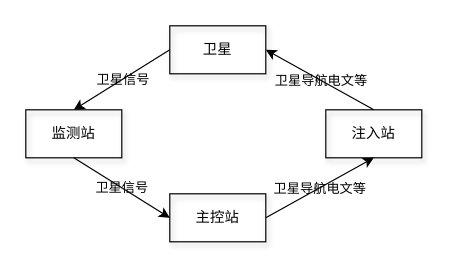
Above: page "第 2 页" (2 of 3) of yanjiang.drawio in RunningManlt/bj18 (draw.io), before the change. Source tidied: cells renumbered, new cells numbered last; positions are measured from the earlier drawing's top-left corner, leaving out a move shared by most shapes. Both pictures are drawn from the tidied source at 120%, with x=0, y=0 at pixel (25, 25).
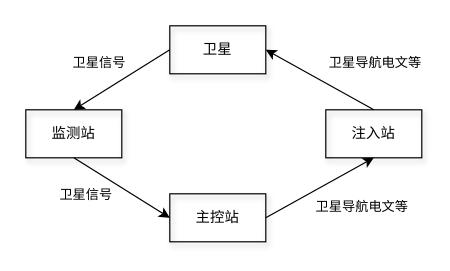
Above is the later version.

Diff of the diagram source:
```diff
@@
 <mxGraphModel>
   <root>
     <mxCell id="0" />
     <mxCell id="1" parent="0" />
-    <mxCell id="2" value="卫星" style="rounded=0;whiteSpace=wrap;html=1;fontFamily=宋体;labelBackgroundColor=#ffffff;shadow=1;fillColor=none;" parent="1" vertex="1">
+    <mxCell id="2" value="卫星" style="rounded=0;whiteSpace=wrap;html=1;fontFamily=宋体;labelBackgroundColor=none;shadow=1;fillColor=none;" parent="1" vertex="1">
       <mxGeometry x="120" width="80" height="40" as="geometry" />
     </mxCell>
-    <mxCell id="3" value="监测站" style="rounded=0;whiteSpace=wrap;html=1;fontFamily=宋体;labelBackgroundColor=#ffffff;shadow=1;fillColor=none;" parent="1" vertex="1">
+    <mxCell id="3" value="监测站" style="rounded=0;whiteSpace=wrap;html=1;fontFamily=宋体;labelBackgroundColor=none;shadow=1;fillColor=none;" parent="1" vertex="1">
       <mxGeometry y="70" width="80" height="40" as="geometry" />
     </mxCell>
-    <mxCell id="4" value="注入站" style="rounded=0;whiteSpace=wrap;html=1;fontFamily=宋体;labelBackgroundColor=#ffffff;shadow=1;fillColor=none;" parent="1" vertex="1">
+    <mxCell id="4" value="注入站" style="rounded=0;whiteSpace=wrap;html=1;fontFamily=宋体;labelBackgroundColor=none;shadow=1;fillColor=none;" parent="1" vertex="1">
       <mxGeometry x="250" y="70" width="80" height="40" as="geometry" />
     </mxCell>
-    <mxCell id="5" value="主控站" style="rounded=0;whiteSpace=wrap;html=1;fontFamily=宋体;labelBackgroundColor=#ffffff;shadow=1;fillColor=none;" parent="1" vertex="1">
+    <mxCell id="5" value="主控站" style="rounded=0;whiteSpace=wrap;html=1;fontFamily=宋体;labelBackgroundColor=none;shadow=1;fillColor=none;" parent="1" vertex="1">
       <mxGeometry x="120" y="140" width="80" height="40" as="geometry" />
     </mxCell>
     <mxCell id="6" style="endArrow=classic;html=1;fontFamily=宋体;exitX=0;exitY=0.5;exitDx=0;exitDy=0;entryX=0.5;entryY=0;entryDx=0;entryDy=0;labelBackgroundColor=#ffffff;" parent="1" edge="1" source="2" target="3">
       <mxGeometry relative="1" as="geometry" />
     </mxCell>
     <mxCell id="7" value="卫星信号" style="edgeLabel;html=1;align=center;verticalAlign=middle;fontFamily=宋体;labelBackgroundColor=none;" parent="6" vertex="1">
-      <mxGeometry relative="1" as="geometry" />
+      <mxGeometry relative="1" as="geometry">
+        <mxPoint x="-20.1" y="-14.9" as="offset" />
+      </mxGeometry>
     </mxCell>
     <mxCell id="8" style="endArrow=classic;html=1;fontFamily=宋体;exitX=0.5;exitY=0;exitDx=0;exitDy=0;entryX=1;entryY=0.5;entryDx=0;entryDy=0;labelBackgroundColor=#ffffff;" parent="1" edge="1" source="4" target="2">
       <mxGeometry relative="1" as="geometry" />
     </mxCell>
     <mxCell id="9" value="卫星导航电文等" style="edgeLabel;html=1;align=center;verticalAlign=middle;fontFamily=宋体;labelBackgroundColor=none;" parent="8" vertex="1">
-      <mxGeometry relative="1" as="geometry" />
+      <mxGeometry relative="1" as="geometry">
+        <mxPoint x="44.6" y="-15.2" as="offset" />
+      </mxGeometry>
     </mxCell>
     <mxCell id="10" style="endArrow=classic;html=1;fontFamily=宋体;exitX=0.5;exitY=1;exitDx=0;exitDy=0;entryX=0;entryY=0.5;entryDx=0;entryDy=0;labelBackgroundColor=#ffffff;" parent="1" edge="1" source="3" target="5">
       <mxGeometry relative="1" as="geometry" />
     </mxCell>
     <mxCell id="11" value="卫星信号" style="edgeLabel;html=1;align=center;verticalAlign=middle;fontFamily=宋体;labelBackgroundColor=none;" parent="10" vertex="1">
-      <mxGeometry relative="1" as="geometry" />
+      <mxGeometry relative="1" as="geometry">
+        <mxPoint x="-29.9" y="5.1" as="offset" />
+      </mxGeometry>
     </mxCell>
     <mxCell id="12" style="endArrow=classic;html=1;fontFamily=宋体;exitX=1;exitY=0.5;exitDx=0;exitDy=0;entryX=0.5;entryY=1;entryDx=0;entryDy=0;labelBackgroundColor=#ffffff;" parent="1" edge="1" source="5" target="4">
       <mxGeometry relative="1" as="geometry" />
     </mxCell>
     <mxCell id="13" value="卫星导航电文等" style="edgeLabel;html=1;align=center;verticalAlign=middle;fontFamily=宋体;labelBackgroundColor=none;" parent="12" vertex="1">
-      <mxGeometry relative="1" as="geometry" />
+      <mxGeometry relative="1" as="geometry">
+        <mxPoint x="35.4" y="14.8" as="offset" />
+      </mxGeometry>
     </mxCell>
   </root>
 </mxGraphModel>
```
